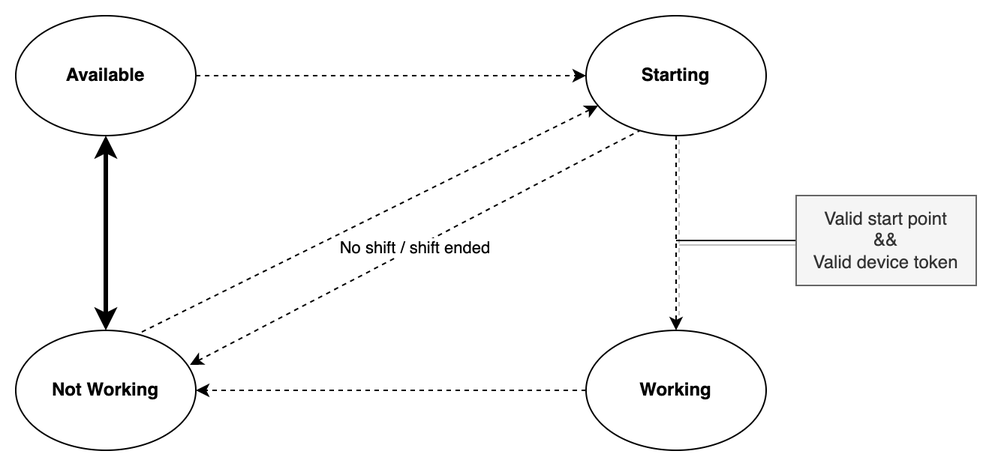
The draw.io diagram img/StateMachine.png in moralesl/rider-state-management-demo, before a commit. Source tidied: cells renumbered, new cells last; positions are measured from the earlier drawing's top-left corner, leaving out a move shared by most shapes.
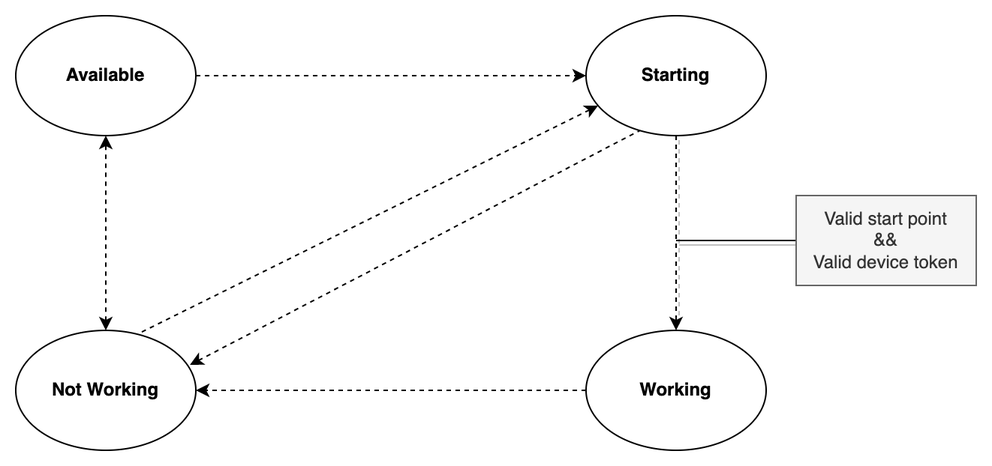
The same file after the commit.

What changed in the source:
```diff
@@ -2,7 +2,7 @@
   <root>
     <mxCell id="0" />
     <mxCell id="1" parent="0" />
-    <mxCell id="2" style="rounded=0;jettySize=auto;html=1;strokeWidth=3;entryX=0.5;entryY=1;entryDx=0;entryDy=0;startArrow=classic;startFill=1;" parent="1" edge="1" source="4" target="6">
+    <mxCell id="2" style="rounded=0;jettySize=auto;html=1;strokeWidth=1;entryX=0.5;entryY=1;entryDx=0;entryDy=0;startArrow=classic;startFill=1;dashed=1;" parent="1" edge="1" source="4" target="6">
       <mxGeometry relative="1" as="geometry" />
     </mxCell>
     <mxCell id="3" style="edgeStyle=none;rounded=0;jettySize=auto;html=1;entryX=0.067;entryY=0.75;entryDx=0;entryDy=0;dashed=1;strokeWidth=1;startArrow=none;startFill=0;exitX=0.7;exitY=0.013;exitDx=0;exitDy=0;exitPerimeter=0;entryPerimeter=0;" parent="1" edge="1" source="4" target="9">
@@ -20,7 +20,7 @@
     <mxCell id="7" style="rounded=0;jettySize=auto;html=1;strokeWidth=1;shadow=1;dashed=1;" parent="1" edge="1" source="9" target="11">
       <mxGeometry relative="1" as="geometry" />
     </mxCell>
-    <mxCell id="8" value="No shift / shift ended" style="rounded=0;jettySize=auto;html=1;dashed=1;exitX=0.308;exitY=0.95;exitDx=0;exitDy=0;startArrow=none;startFill=0;entryX=0.967;entryY=0.288;entryDx=0;entryDy=0;exitPerimeter=0;entryPerimeter=0;" parent="1" edge="1" source="9" target="4">
+    <mxCell id="8" style="rounded=0;jettySize=auto;html=1;dashed=1;exitX=0.308;exitY=0.95;exitDx=0;exitDy=0;startArrow=none;startFill=0;entryX=0.967;entryY=0.288;entryDx=0;entryDy=0;exitPerimeter=0;entryPerimeter=0;" parent="1" edge="1" source="9" target="4">
       <mxGeometry relative="1" as="geometry" />
     </mxCell>
     <mxCell id="9" value="&lt;b&gt;Starting&lt;/b&gt;" style="ellipse;whiteSpace=wrap;html=1;" parent="1" vertex="1">
```
